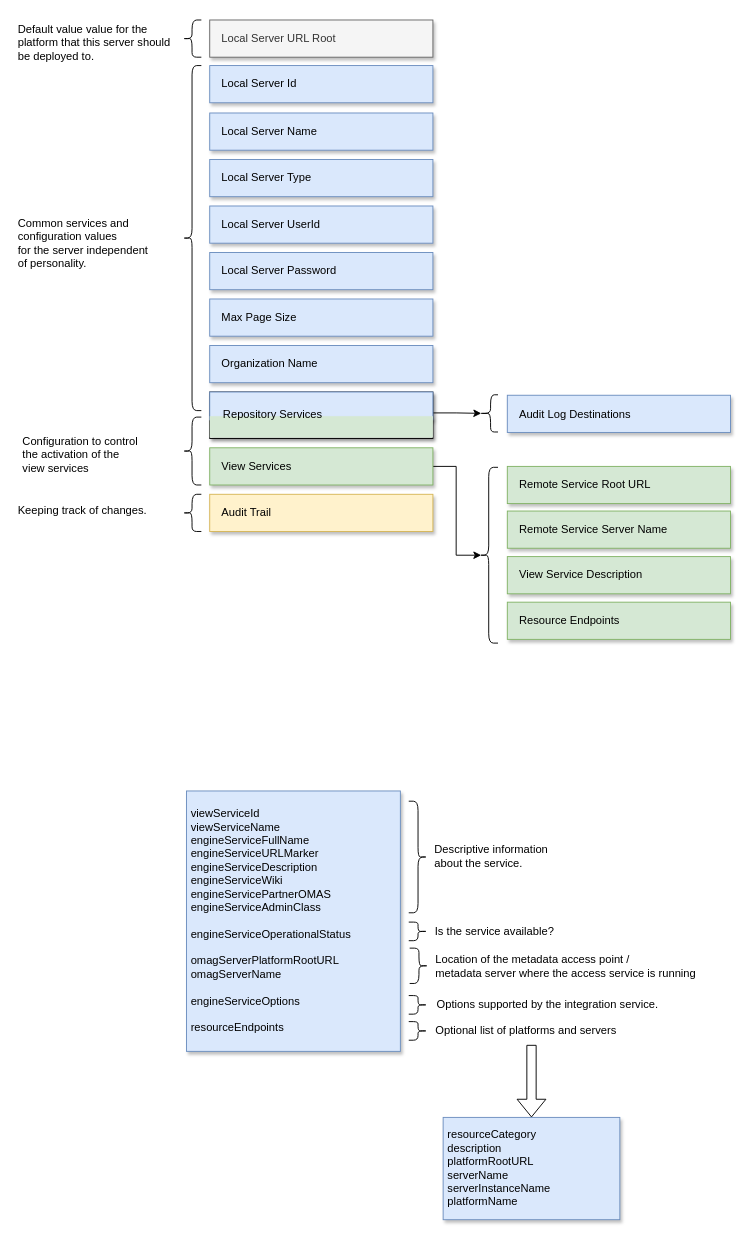
This is page "view-services-config" (21 of 25) of site/docs/guides/admin/egeria-admin.drawio from odpi/egeria-docs, a draw.io file, before an edit. Source tidied: cells renumbered, new cells numbered last; positions are measured from the earlier drawing's top-left corner, leaving out a move shared by most shapes. Both pictures are drawn from the tidied source at 93%, with x=0, y=0 at pixel (16, 20).
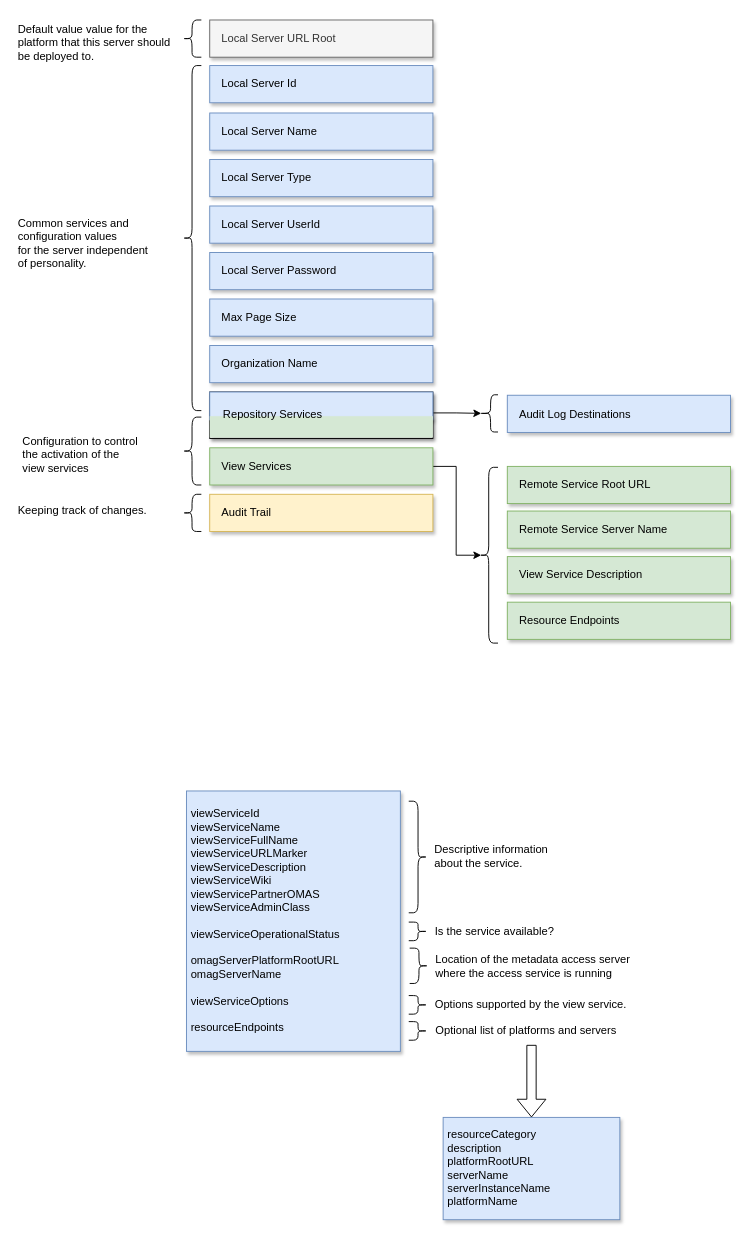
After the change.

Change to the diagram source:
```diff
@@
-    <mxCell id="32" value="&lt;div&gt;viewServiceId&amp;nbsp; &amp;nbsp; &amp;nbsp; &amp;nbsp; &amp;nbsp; &amp;nbsp; &amp;nbsp; &amp;nbsp; &amp;nbsp;&lt;/div&gt;&lt;div&gt;&lt;span&gt;viewServiceName&amp;nbsp; &amp;nbsp; &amp;nbsp; &amp;nbsp; &amp;nbsp; &amp;nbsp; &amp;nbsp; &amp;nbsp;&lt;/span&gt;&lt;br&gt;&lt;/div&gt;&lt;div&gt;engineServiceFullName&amp;nbsp; &amp;nbsp; &amp;nbsp; &amp;nbsp; &amp;nbsp; &amp;nbsp;&lt;/div&gt;&lt;div&gt;engineServiceURLMarker&amp;nbsp; &amp;nbsp; &amp;nbsp; &amp;nbsp; &amp;nbsp;&amp;nbsp;&lt;/div&gt;&lt;div&gt;engineServiceDescription&amp;nbsp; &amp;nbsp; &amp;nbsp; &amp;nbsp;&amp;nbsp;&lt;/div&gt;&lt;div&gt;engineServiceWiki&amp;nbsp; &amp;nbsp; &amp;nbsp; &amp;nbsp; &amp;nbsp; &amp;nbsp; &amp;nbsp; &amp;nbsp;&lt;/div&gt;&lt;div&gt;engineServicePartnerOMAS&lt;/div&gt;&lt;div&gt;engineServiceAdminClass&lt;/div&gt;&lt;div&gt;&amp;nbsp; &amp;nbsp; &amp;nbsp; &amp;nbsp;&lt;/div&gt;&lt;div&gt;engineServiceOperationalStatus&lt;/div&gt;&lt;div&gt;&lt;br&gt;&lt;/div&gt;&lt;div&gt;omagServerPlatformRootURL&lt;br&gt;&lt;/div&gt;&lt;div&gt;omagServerName&lt;/div&gt;&lt;div&gt;&lt;br&gt;&lt;/div&gt;&lt;div&gt;engineServiceOptions&lt;/div&gt;&lt;div&gt;&amp;nbsp; &amp;nbsp; &amp;nbsp; &amp;nbsp; &amp;nbsp; &amp;nbsp;&amp;nbsp;&lt;/div&gt;&lt;div&gt;resourceEndpoints&amp;nbsp; &amp;nbsp; &amp;nbsp; &amp;nbsp; &amp;nbsp;&amp;nbsp;&lt;/div&gt;" style="rounded=0;whiteSpace=wrap;html=1;align=left;spacingLeft=3;fillColor=#dae8fc;strokeColor=#6c8ebf;shadow=1;" parent="1" vertex="1">
+    <mxCell id="32" value="&lt;div&gt;viewServiceId&amp;nbsp; &amp;nbsp; &amp;nbsp; &amp;nbsp; &amp;nbsp; &amp;nbsp; &amp;nbsp; &amp;nbsp; &amp;nbsp;&lt;/div&gt;&lt;div&gt;&lt;span&gt;viewServiceName&amp;nbsp; &amp;nbsp; &amp;nbsp; &amp;nbsp; &amp;nbsp; &amp;nbsp; &amp;nbsp; &amp;nbsp;&lt;/span&gt;&lt;br&gt;&lt;/div&gt;&lt;div&gt;viewServiceFullName&amp;nbsp; &amp;nbsp; &amp;nbsp; &amp;nbsp; &amp;nbsp; &amp;nbsp;&lt;/div&gt;&lt;div&gt;viewServiceURLMarker&amp;nbsp; &amp;nbsp; &amp;nbsp; &amp;nbsp; &amp;nbsp;&amp;nbsp;&lt;/div&gt;&lt;div&gt;viewServiceDescription&amp;nbsp; &amp;nbsp; &amp;nbsp; &amp;nbsp;&amp;nbsp;&lt;/div&gt;&lt;div&gt;viewServiceWiki&amp;nbsp; &amp;nbsp; &amp;nbsp; &amp;nbsp; &amp;nbsp; &amp;nbsp; &amp;nbsp; &amp;nbsp;&lt;/div&gt;&lt;div&gt;viewServicePartnerOMAS&lt;/div&gt;&lt;div&gt;viewServiceAdminClass&lt;/div&gt;&lt;div&gt;&amp;nbsp; &amp;nbsp; &amp;nbsp; &amp;nbsp;&lt;/div&gt;&lt;div&gt;viewServiceOperationalStatus&lt;/div&gt;&lt;div&gt;&lt;br&gt;&lt;/div&gt;&lt;div&gt;omagServerPlatformRootURL&lt;br&gt;&lt;/div&gt;&lt;div&gt;omagServerName&lt;/div&gt;&lt;div&gt;&lt;br&gt;&lt;/div&gt;&lt;div&gt;viewServiceOptions&lt;/div&gt;&lt;div&gt;&amp;nbsp; &amp;nbsp; &amp;nbsp; &amp;nbsp; &amp;nbsp; &amp;nbsp;&amp;nbsp;&lt;/div&gt;&lt;div&gt;resourceEndpoints&amp;nbsp; &amp;nbsp; &amp;nbsp; &amp;nbsp; &amp;nbsp;&amp;nbsp;&lt;/div&gt;" style="rounded=0;whiteSpace=wrap;html=1;align=left;spacingLeft=3;fillColor=#dae8fc;strokeColor=#6c8ebf;shadow=1;" parent="1" vertex="1">
       <mxGeometry x="183" y="829" width="230" height="280" as="geometry" />
     </mxCell>
@@
-    <mxCell id="38" value="Options supported by the integration service." style="text;html=1;align=center;verticalAlign=middle;" parent="1" vertex="1">
-      <mxGeometry x="446" y="1049" width="250" height="20" as="geometry" />
+    <mxCell id="38" value="Options supported by the view service." style="text;html=1;align=center;verticalAlign=middle;" parent="1" vertex="1">
+      <mxGeometry x="443" y="1049" width="220" height="20" as="geometry" />
     </mxCell>
@@
-    <mxCell id="44" value="Location of the metadata access point /&lt;br&gt;metadata server where the access service is running" style="text;html=1;align=left;verticalAlign=middle;" parent="1" vertex="1">
-      <mxGeometry x="449" y="1002" width="300" height="30" as="geometry" />
+    <mxCell id="44" value="Location of the metadata access server &lt;br&gt;where the access service is running" style="text;html=1;align=left;verticalAlign=middle;" parent="1" vertex="1">
+      <mxGeometry x="449" y="1002" width="220" height="30" as="geometry" />
     </mxCell>
```
